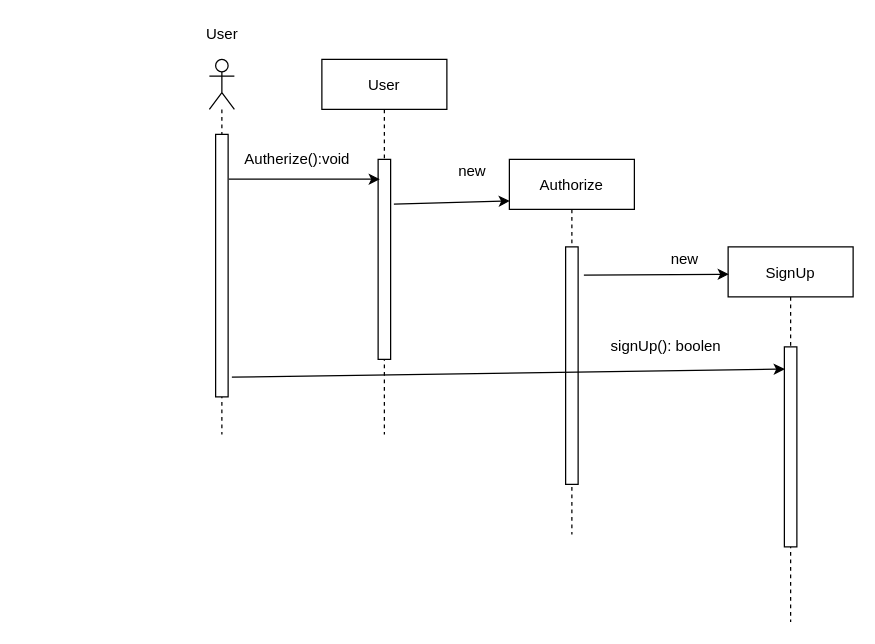
The draw.io diagram SignUp.drawio in TheGhost025/Fawry-System, before the edit. Source tidied: cells renumbered, new cells numbered last; positions are measured from the earlier drawing's top-left corner, leaving out a move shared by most shapes. Both pictures are drawn from the tidied source at 125%, with x=0, y=0 at pixel (196, 21).
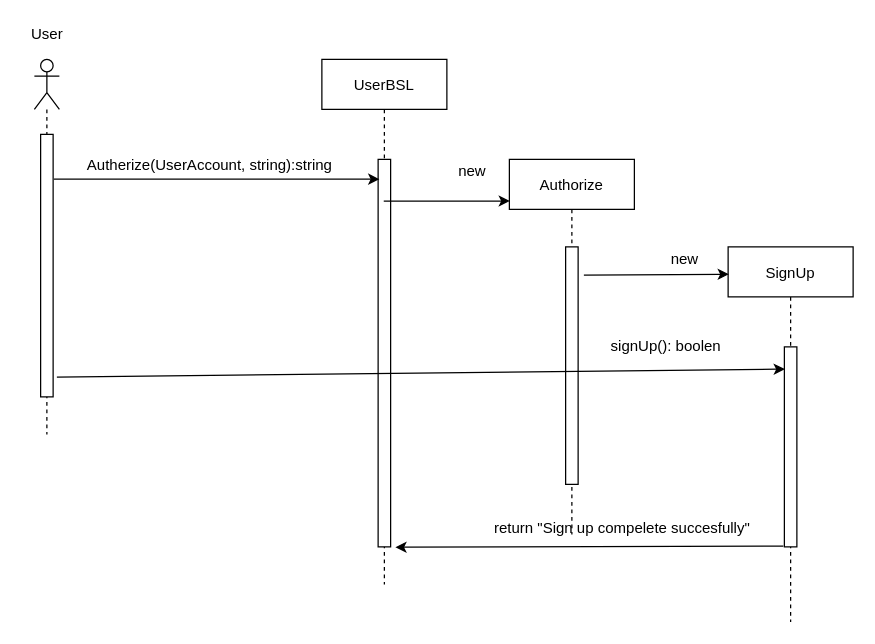
Above is the later version.

Unchanged cells that the change refers to:
```xml
<mxCell id="2" value="Authorize" style="shape=umlLifeline;perimeter=lifelinePerimeter;rounded=0;shadow=0;strokeWidth=1;" parent="1" vertex="1">
  <mxGeometry x="250" y="110" width="100" height="300" as="geometry" />
</mxCell>
<mxCell id="5" style="points=[];perimeter=orthogonalPerimeter;rounded=0;shadow=0;strokeWidth=1;" parent="4" vertex="1">
  <mxGeometry x="45" y="80" width="10" height="160" as="geometry" />
</mxCell>
<mxCell id="9" style="html=1;points=[];perimeter=orthogonalPerimeter;" parent="8" vertex="1">
  <mxGeometry x="5" y="60" width="10" height="210" as="geometry" />
</mxCell>
```

What changed in the source:
```diff
@@
-    <mxCell id="6" value="User" style="shape=umlLifeline;perimeter=lifelinePerimeter;rounded=0;shadow=0;strokeWidth=1;" parent="1" vertex="1">
-      <mxGeometry x="100" y="30" width="100" height="300" as="geometry" />
+    <mxCell id="6" value="UserBSL" style="shape=umlLifeline;perimeter=lifelinePerimeter;rounded=0;shadow=0;strokeWidth=1;" parent="1" vertex="1">
+      <mxGeometry x="100" y="30" width="100" height="420" as="geometry" />
     </mxCell>
     <mxCell id="7" style="points=[];perimeter=orthogonalPerimeter;rounded=0;shadow=0;strokeWidth=1;" parent="6" vertex="1">
-      <mxGeometry x="45" y="80" width="10" height="160" as="geometry" />
+      <mxGeometry x="45" y="80" width="10" height="310" as="geometry" />
     </mxCell>
     <mxCell id="8" style="shape=umlLifeline;participant=umlActor;perimeter=lifelinePerimeter;whiteSpace=wrap;html=1;verticalAlign=top;spacingTop=36;" parent="1" vertex="1">
-      <mxGeometry x="10" y="30" width="20" height="300" as="geometry" />
+      <mxGeometry x="-130" y="30" width="20" height="300" as="geometry" />
     </mxCell>
@@
     <mxCell id="10" value="User" style="text;html=1;align=center;verticalAlign=middle;" parent="1" vertex="1">
-      <mxGeometry width="40" height="20" as="geometry" />
+      <mxGeometry x="-140" width="40" height="20" as="geometry" />
     </mxCell>
-    <mxCell id="11" style="endArrow=classic;html=1;exitX=1.06;exitY=0.17;exitDx=0;exitDy=0;exitPerimeter=0;entryX=0.14;entryY=0.099;entryDx=0;entryDy=0;entryPerimeter=0;" parent="1" edge="1" source="9" target="7">
+    <mxCell id="11" style="endArrow=classic;html=1;exitX=1.06;exitY=0.17;exitDx=0;exitDy=0;exitPerimeter=0;entryX=0.1;entryY=0.051;entryDx=0;entryDy=0;entryPerimeter=0;" parent="1" edge="1" source="9" target="7">
       <mxGeometry relative="1" as="geometry" />
     </mxCell>
-    <mxCell id="12" value="Autherize():void" style="text;html=1;align=center;verticalAlign=middle;" parent="1" vertex="1">
-      <mxGeometry x="30" y="100" width="100" height="20" as="geometry" />
+    <mxCell id="12" value="Autherize(UserAccount, string):string" style="text;html=1;align=center;verticalAlign=middle;" parent="1" vertex="1">
+      <mxGeometry x="-100" y="100" width="220" height="30" as="geometry" />
     </mxCell>
-    <mxCell id="13" style="endArrow=classic;html=1;exitX=1.26;exitY=0.224;exitDx=0;exitDy=0;exitPerimeter=0;entryX=0.004;entryY=0.111;entryDx=0;entryDy=0;entryPerimeter=0;" parent="1" edge="1" source="7" target="2">
+    <mxCell id="13" style="endArrow=classic;html=1;entryX=0.004;entryY=0.111;entryDx=0;entryDy=0;entryPerimeter=0;" parent="1" edge="1" source="6" target="2">
       <mxGeometry relative="1" as="geometry" />
     </mxCell>
@@
+    <mxCell id="19" value="return &quot;Sign up compelete succesfully&quot;" style="text;html=1;align=center;verticalAlign=middle;strokeColor=none;fillColor=none;" parent="1" vertex="1">
+      <mxGeometry x="225" y="390" width="230" height="30" as="geometry" />
+    </mxCell>
+    <mxCell id="20" style="endArrow=classic;html=1;rounded=0;exitX=-0.08;exitY=0.996;exitDx=0;exitDy=0;exitPerimeter=0;entryX=1.38;entryY=1.001;entryDx=0;entryDy=0;entryPerimeter=0;" parent="1" edge="1" source="5" target="7">
+      <mxGeometry relative="1" as="geometry" />
+    </mxCell>
```
